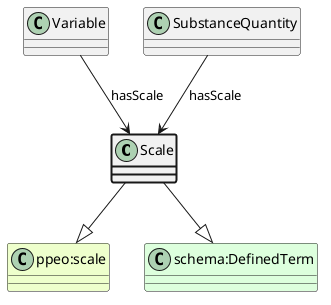
Above: ttl_uml/ttl_appn_Scale.png in aus-plant-phenomics-network/appn-schema (PlantUML), before the change.
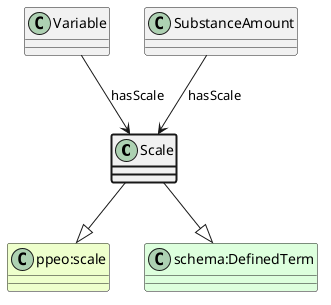
After the change.

Change to the diagram source:
```diff
@@ -6,6 +6,6 @@
 Scale --|> "schema:DefinedTerm"
 class Variable
 Variable --> Scale : hasScale
-class SubstanceQuantity
-SubstanceQuantity --> Scale : hasScale
+class SubstanceAmount
+SubstanceAmount --> Scale : hasScale
 @enduml
```
